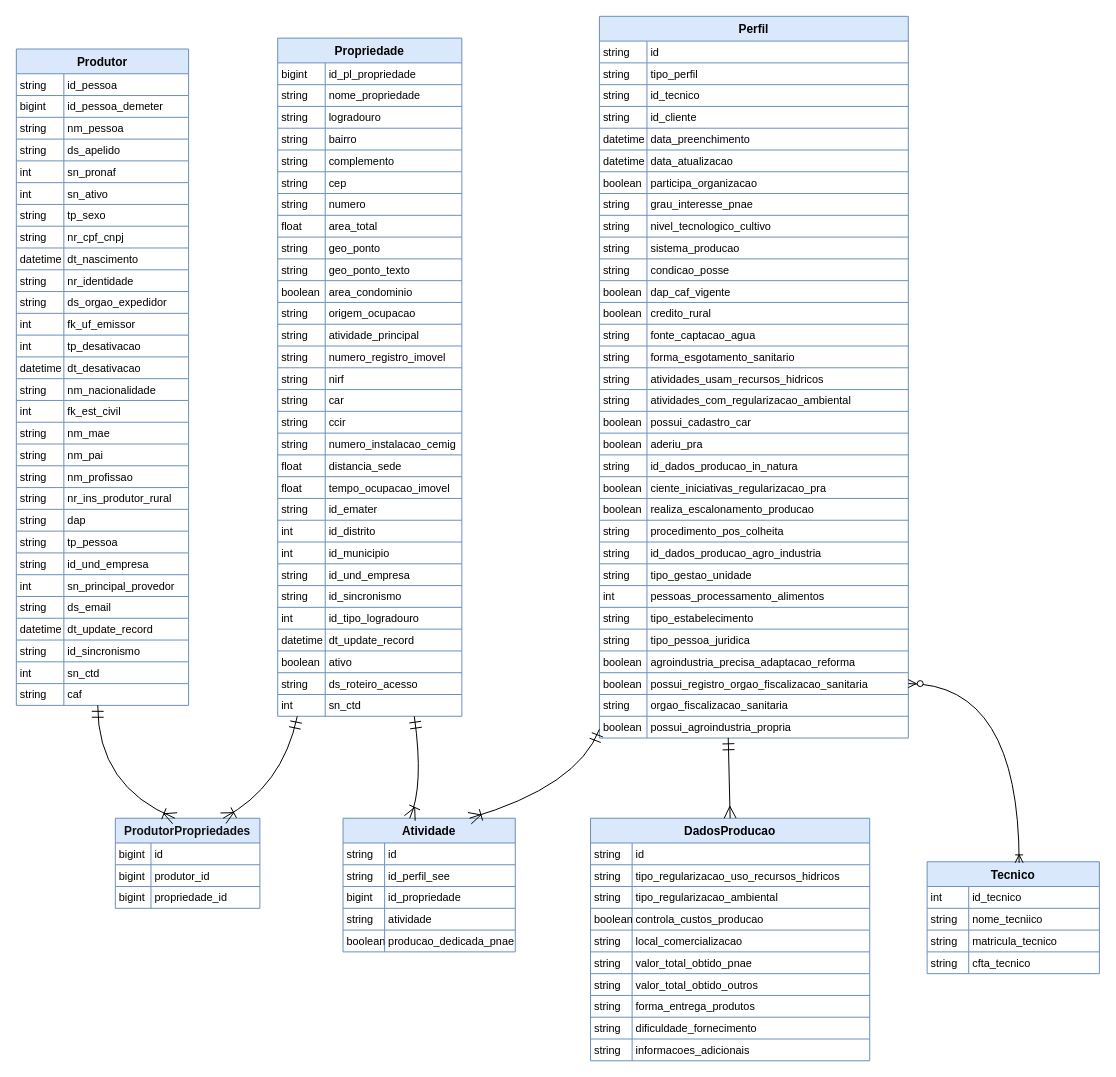
Before: docs/pnae_class_diagram_v1.1.drawio in sverissimo/emater_graphql_server, a draw.io diagram. Source tidied: cells renumbered, new cells numbered last; positions are measured from the earlier drawing's top-left corner, leaving out a move shared by most shapes. Both pictures are drawn from the tidied source at 99%, with x=0, y=0 at pixel (16, 16).
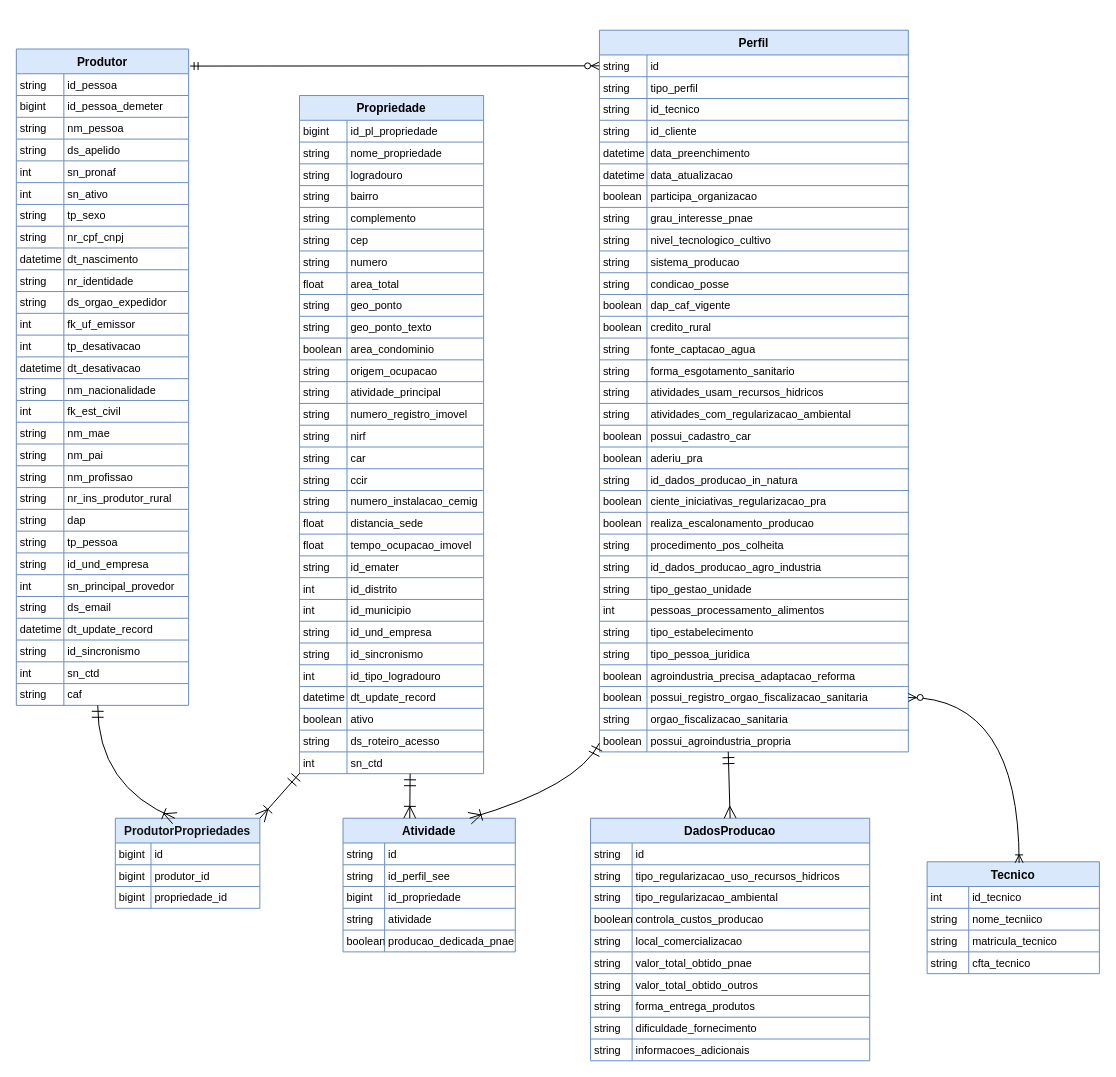
Above is the later version.

Commit message (it also covers changes not shown here):
Ajustes nos schemas, resolvers e reposotories.

The change refers to these unchanged cells:
```xml
<mxCell id="2" value="Produtor" style="shape=table;startSize=25;childLayout=tableLayout;rowLines=1;fontStyle=1;align=center;fillColor=#dae8fc;strokeColor=#6c8ebf;fontColor=#000000;" parent="1" vertex="1">
  <mxGeometry y="33" width="174" height="663" as="geometry" />
</mxCell>
<mxCell id="90" value="ProdutorPropriedades" style="shape=table;startSize=25;childLayout=tableLayout;rowLines=1;fontStyle=1;align=center;fillColor=#dae8fc;strokeColor=#6c8ebf;fontColor=#121212;" parent="1" vertex="1">
  <mxGeometry x="100" y="810" width="146" height="91" as="geometry" />
</mxCell>
<mxCell id="188" style="shape=tableRow;horizontal=0;startSize=0;swimlaneHead=0;swimlaneBody=0;fillColor=none;points=[[0,0.5],[1,0.5]];portConstraint=eastwest;top=0;left=0;right=0;bottom=0;" parent="100" vertex="1">
  <mxGeometry y="663" width="186" height="22" as="geometry" />
</mxCell>
<mxCell id="192" style="shape=tableRow;horizontal=0;startSize=0;swimlaneHead=0;swimlaneBody=0;fillColor=none;points=[[0,0.5],[1,0.5]];portConstraint=eastwest;top=0;left=0;right=0;bottom=0;" parent="191" vertex="1">
  <mxGeometry y="25" width="312" height="22" as="geometry" />
</mxCell>
<mxCell id="288" value="Atividade" style="shape=table;startSize=25;childLayout=tableLayout;rowLines=1;fontStyle=1;align=center;fillColor=#dae8fc;strokeColor=#6c8ebf;fontColor=#000000;" parent="1" vertex="1">
  <mxGeometry x="330" y="810" width="174" height="135" as="geometry" />
</mxCell>
```

What changed in the source:
```diff
@@
     <mxCell id="100" value="Propriedade" style="shape=table;startSize=25;childLayout=tableLayout;rowLines=1;fontStyle=1;align=center;fillColor=#dae8fc;strokeColor=#6c8ebf;fontColor=#000000;" parent="1" vertex="1">
-      <mxGeometry x="264" y="22" width="186" height="685" as="geometry" />
+      <mxGeometry x="286" y="80" width="186" height="685" as="geometry" />
     </mxCell>
@@
+    <mxCell id="354" style="edgeStyle=orthogonalEdgeStyle;rounded=0;jettySize=auto;html=1;entryX=0;entryY=0.5;entryDx=0;entryDy=0;fontSize=12;endArrow=ERzeroToMany;startArrow=ERmandOne;exitX=1.009;exitY=0.026;exitDx=0;exitDy=0;exitPerimeter=0;" parent="1" edge="1" source="2" target="192">
+      <mxGeometry relative="1" as="geometry">
+        <Array as="points">
+          <mxPoint x="220" y="50" />
+        </Array>
+      </mxGeometry>
+    </mxCell>
     <mxCell id="191" value="Perfil" style="shape=table;startSize=25;childLayout=tableLayout;rowLines=1;fontStyle=1;align=center;fillColor=#dae8fc;strokeColor=#6c8ebf;fontColor=#000000;" parent="1" vertex="1">
-      <mxGeometry x="589" width="312" height="729" as="geometry" />
+      <mxGeometry x="589" y="14" width="312" height="729" as="geometry" />
     </mxCell>
@@
-    <mxCell id="336" style="curved=1;startArrow=ERmandOne;startSize=10;endArrow=ERoneToMany;endSize=10;exitX=0.10637671125999637;exitY=1;entryX=0.7461494518412493;entryY=0;rounded=0;" parent="1" edge="1" source="100" target="90">
-      <mxGeometry x="-0.27" y="-34" relative="1" as="geometry">
-        <Array as="points">
-          <mxPoint x="269" y="778" />
-        </Array>
-      </mxGeometry>
+    <mxCell id="336" style="startArrow=ERmandOne;startSize=10;endArrow=ERoneToMany;endSize=10;exitX=0.002;exitY=0.973;entryX=1;entryY=0;rounded=0;exitDx=0;exitDy=0;exitPerimeter=0;entryDx=0;entryDy=0;" parent="1" edge="1" source="188" target="90">
+      <mxGeometry x="-0.27" y="-34" relative="1" as="geometry" />
     </mxCell>
@@
-    <mxCell id="338" style="curved=1;startArrow=ERmandOne;startSize=10;endArrow=ERoneToMany;endSize=10;exitX=0.7420137359918754;exitY=1;entryX=0.3872488695362359;entryY=0;rounded=0;" parent="1" edge="1" source="100" target="288">
-      <mxGeometry relative="1" as="geometry">
-        <Array as="points">
-          <mxPoint x="412" y="778" />
-        </Array>
-      </mxGeometry>
+    <mxCell id="338" style="startArrow=ERmandOne;startSize=10;endArrow=ERoneToMany;endSize=10;entryX=0.3872488695362359;entryY=0;rounded=0;exitX=0.601;exitY=1.007;exitDx=0;exitDy=0;exitPerimeter=0;" parent="1" edge="1" source="188" target="288">
+      <mxGeometry relative="1" as="geometry" />
     </mxCell>
```
